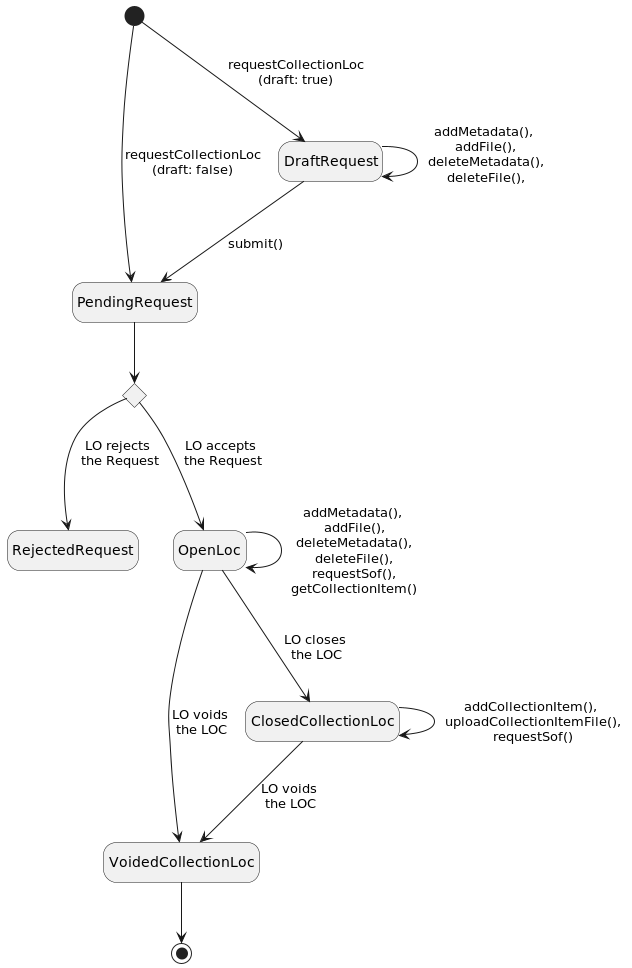
This is website/docs/client/img/collection-state.png from MrSwartsBang/crypto-ecosystems, a PlantUML export, as it was before one commit.
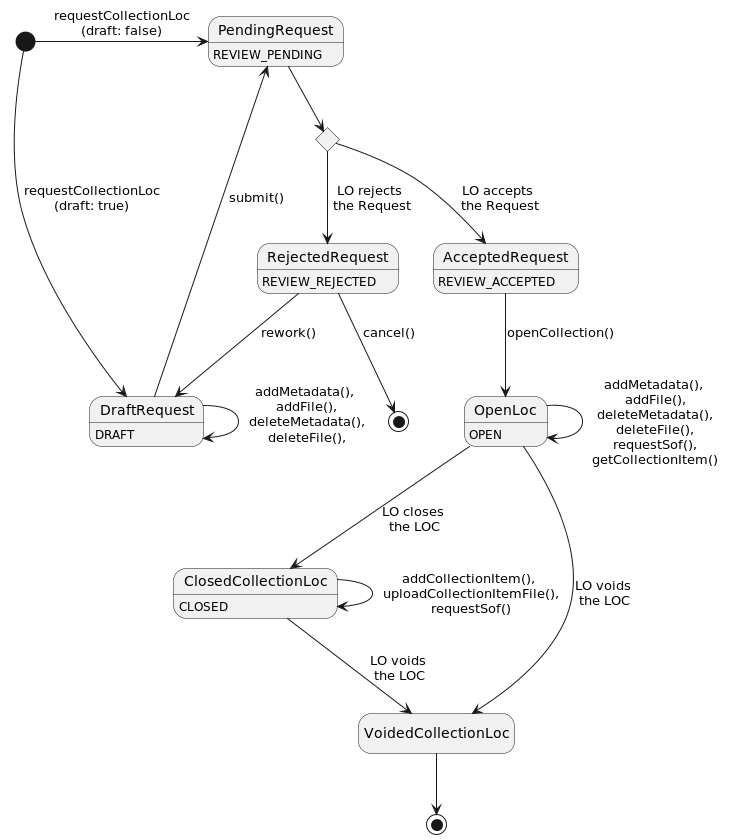
Later version of the same file.

Commit message:
chore: update state diagrams.

Change to the diagram source:
```diff
@@ -1,17 +1,27 @@
 @startuml
 hide empty description
+state "CancelledRequest" as CancelledRequest <<end>>
 state "Decision" as decision <<choice>>
-[*] --> PendingRequest: requestCollectionLoc\n(draft: false)
+DraftRequest : DRAFT
+PendingRequest : REVIEW_PENDING
+OpenLoc : OPEN
+RejectedRequest : REVIEW_REJECTED
+ClosedCollectionLoc : CLOSED
+AcceptedRequest : REVIEW_ACCEPTED
+[*] -right-> PendingRequest: requestCollectionLoc\n(draft: false)
 [*] --> DraftRequest: requestCollectionLoc\n(draft: true)
 DraftRequest --> DraftRequest: addMetadata(),\n addFile(),\n deleteMetadata(),\n deleteFile(),\n
 DraftRequest --> PendingRequest: submit()
 PendingRequest --> decision
 decision --> RejectedRequest: LO rejects\n the Request
-decision --> OpenLoc: LO accepts\n the Request
+decision --> AcceptedRequest: LO accepts\n the Request
+AcceptedRequest --> OpenLoc: openCollection()
 OpenLoc --> VoidedCollectionLoc: LO voids\n the LOC
 OpenLoc --> ClosedCollectionLoc: LO closes\n the LOC
 ClosedCollectionLoc --> VoidedCollectionLoc: LO voids\n the LOC
 VoidedCollectionLoc --> [*]
 OpenLoc --> OpenLoc: addMetadata(),\n addFile(),\n deleteMetadata(),\n deleteFile(),\n requestSof(),\n getCollectionItem()
 ClosedCollectionLoc --> ClosedCollectionLoc: addCollectionItem(),\n uploadCollectionItemFile(),\n requestSof()
+RejectedRequest --> CancelledRequest: cancel()
+RejectedRequest --> DraftRequest: rework()
 @enduml
```
